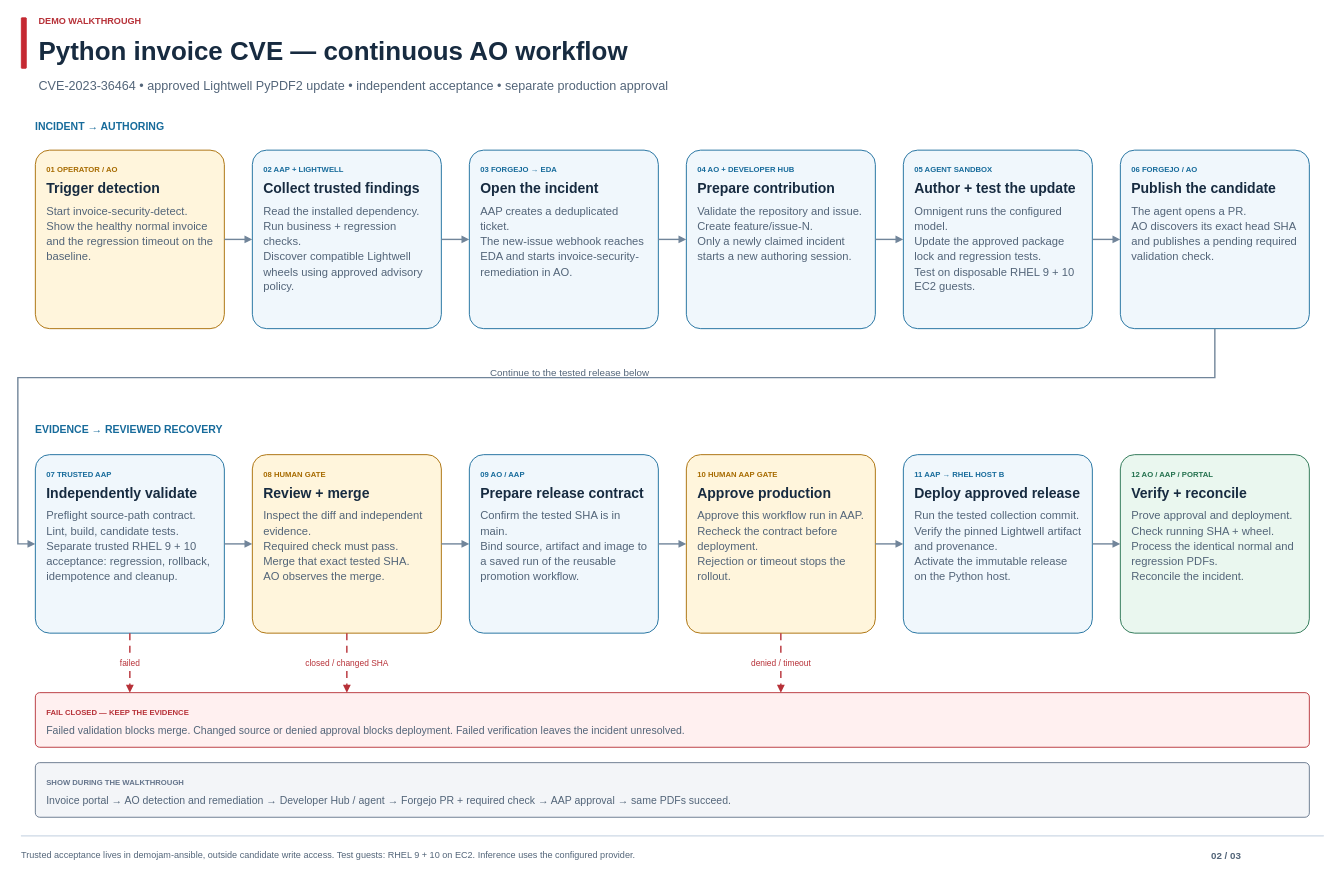
Above: page "02 Python CVE" (2 of 4) of docs/diagrams/demo-workflow.drawio in aiops-ansible-software-factory-demojam/openshift-gitops (draw.io), before the change. Source tidied: cells renumbered, new cells numbered last; positions are measured from the earlier drawing's top-left corner, leaving out a move shared by most shapes. Both pictures are drawn from the tidied source at 70%, with x=0, y=0 at pixel (18, 12).
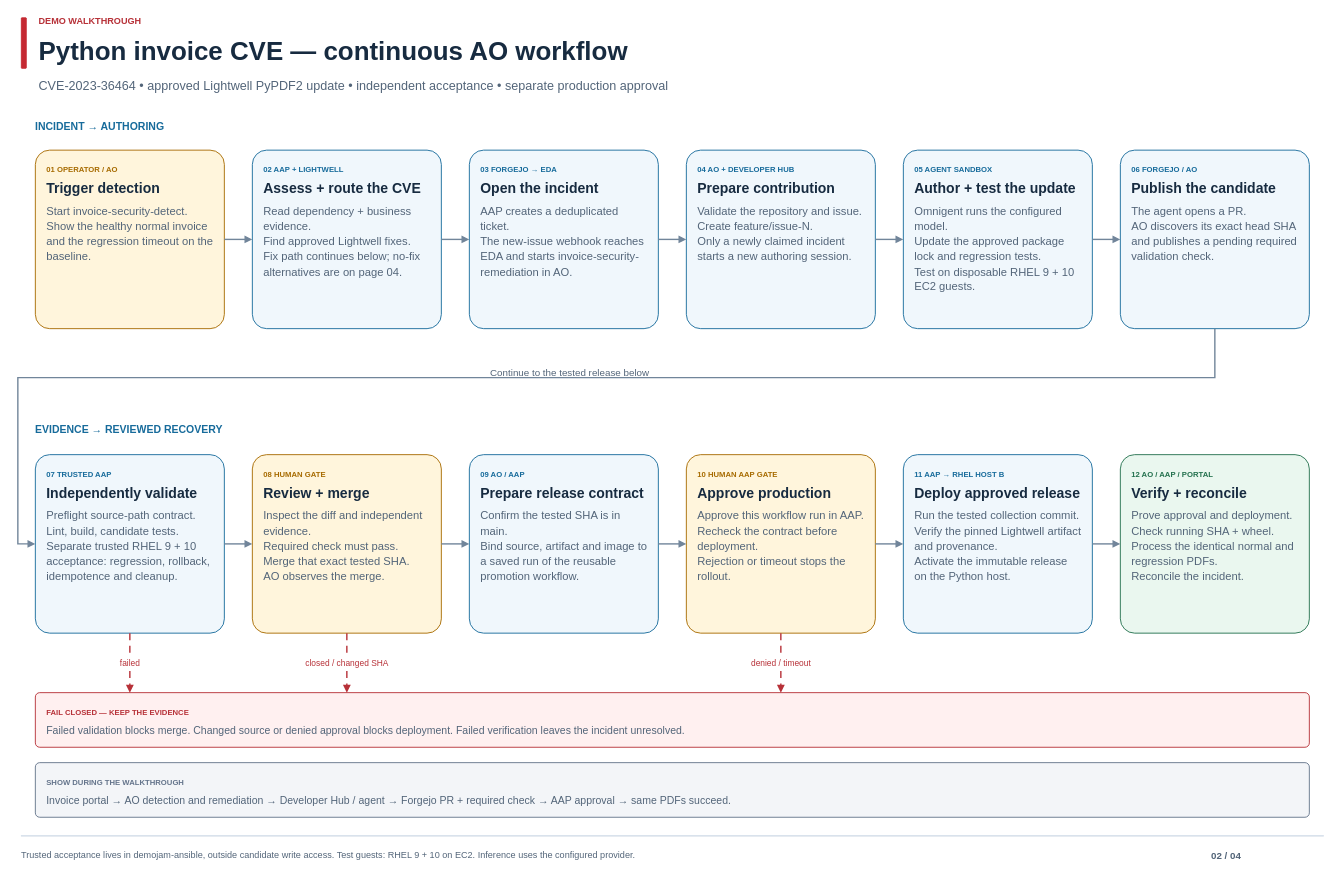
The same page after the edit.

Commit message (it also covers changes not shown here):
Route application CVEs through explicit governed response paths

The edit, as a diff of the source:
```diff
@@
-    <mxCell id="9" value="&lt;div style=&quot;font-family:Arial;text-align:left&quot;&gt;&lt;div style=&quot;font-size:11px;font-weight:700;color:#176B9B;line-height:1.3&quot;&gt;02  AAP + LIGHTWELL&lt;/div&gt;&lt;div style=&quot;font-size:20px;font-weight:700;line-height:1.15;margin-top:9px;color:#172B40&quot;&gt;Collect trusted findings&lt;/div&gt;&lt;div style=&quot;font-size:16px;line-height:1.35;margin-top:10px;color:#536579&quot;&gt;Read the installed dependency.&lt;br&gt;Run business + regression checks.&lt;br&gt;Discover compatible Lightwell wheels using approved advisory policy.&lt;/div&gt;&lt;/div&gt;" style="rounded=1;arcSize=8;whiteSpace=wrap;html=1;fillColor=#F0F7FC;strokeColor=#176B9B;strokeWidth=1.3;align=left;verticalAlign=top;spacing=16;fontFamily=Arial;" parent="1" vertex="1">
+    <mxCell id="9" value="&lt;div style=&quot;font-family:Arial;text-align:left&quot;&gt;&lt;div style=&quot;font-size:11px;font-weight:700;color:#176B9B;line-height:1.3&quot;&gt;02  AAP + LIGHTWELL&lt;/div&gt;&lt;div style=&quot;font-size:20px;font-weight:700;line-height:1.15;margin-top:9px;color:#172B40&quot;&gt;Assess + route the CVE&lt;/div&gt;&lt;div style=&quot;font-size:16px;line-height:1.35;margin-top:10px;color:#536579&quot;&gt;Read dependency + business evidence.&lt;br&gt;Find approved Lightwell fixes.&lt;br&gt;Fix path continues below; no-fix alternatives are on page 04.&lt;/div&gt;&lt;/div&gt;" style="rounded=1;arcSize=8;whiteSpace=wrap;html=1;fillColor=#F0F7FC;strokeColor=#176B9B;strokeWidth=1.3;align=left;verticalAlign=top;spacing=16;fontFamily=Arial;" parent="1" vertex="1">
       <mxGeometry x="335" y="197" width="270" height="255" as="geometry" />
     </mxCell>
@@
-    <mxCell id="25" value="02 / 03" style="text;html=1;strokeColor=none;fillColor=none;align=left;verticalAlign=top;whiteSpace=wrap;rounded=0;spacing=0;fontFamily=Arial;fontSize=14;fontColor=#536579;fontStyle=1;" parent="1" vertex="1">
+    <mxCell id="25" value="02 / 04" style="text;html=1;strokeColor=none;fillColor=none;align=left;verticalAlign=top;whiteSpace=wrap;rounded=0;spacing=0;fontFamily=Arial;fontSize=14;fontColor=#536579;fontStyle=1;" parent="1" vertex="1">
       <mxGeometry x="1705" y="1192" width="160" height="27" as="geometry" />
     </mxCell>
```
